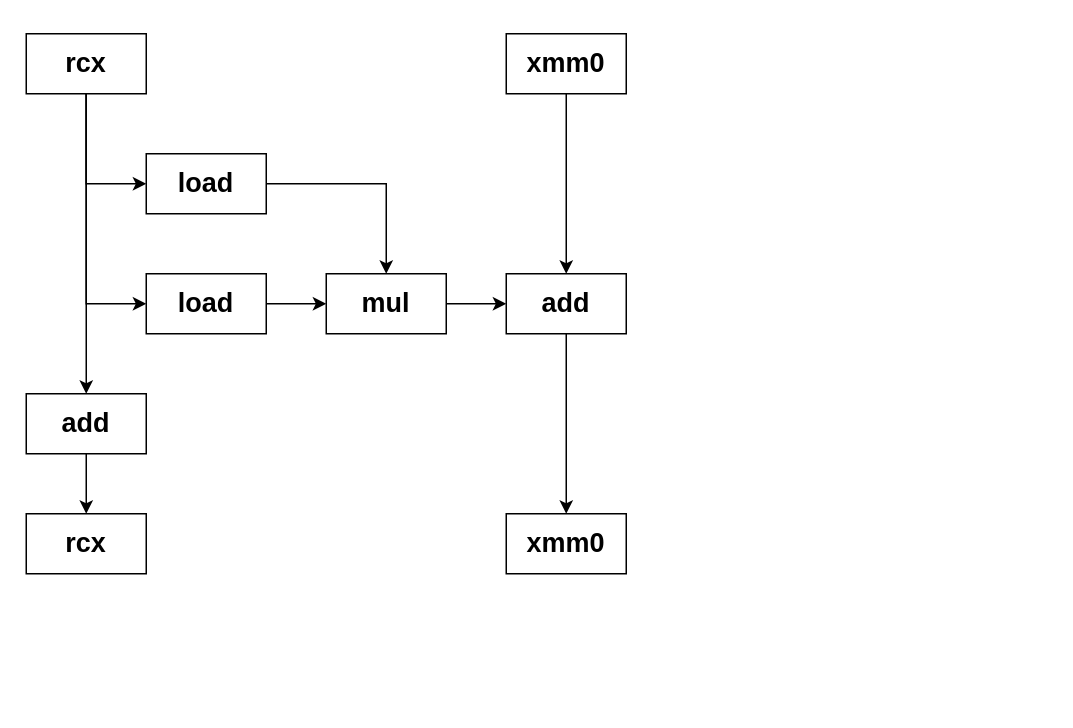
The draw.io diagram HW/HW3/img/513-A-2.drawio in betarixm/CSED211, before the edit. Source tidied: cells renumbered, new cells numbered last; positions are measured from the earlier drawing's top-left corner, leaving out a move shared by most shapes. Both pictures are drawn from the tidied source at 150%, with x=0, y=0 at pixel (26, 33).
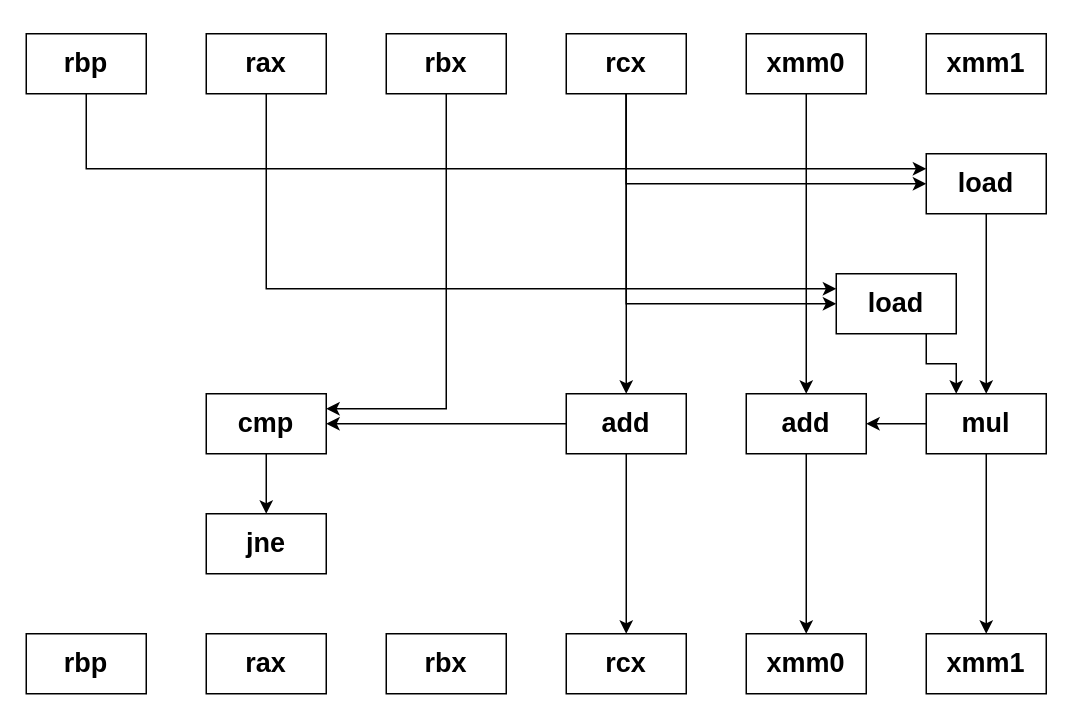
Above is the later version.

What changed in the source:
```diff
@@
-    <mxCell id="2" style="edgeStyle=orthogonalEdgeStyle;rounded=0;jettySize=auto;html=1;exitX=0.5;exitY=1;exitDx=0;exitDy=0;" parent="1" edge="1" source="5" target="7">
-      <mxGeometry relative="1" as="geometry" />
-    </mxCell>
-    <mxCell id="3" style="edgeStyle=orthogonalEdgeStyle;rounded=0;jettySize=auto;html=1;exitX=0.5;exitY=1;exitDx=0;exitDy=0;entryX=0;entryY=0.5;entryDx=0;entryDy=0;" parent="1" edge="1" source="5" target="9">
-      <mxGeometry relative="1" as="geometry" />
-    </mxCell>
+    <mxCell id="20" style="edgeStyle=orthogonalEdgeStyle;rounded=0;jettySize=auto;html=1;exitX=0.5;exitY=1;exitDx=0;exitDy=0;entryX=0;entryY=0.25;entryDx=0;entryDy=0;" parent="1" edge="1" source="5" target="38">
+      <mxGeometry relative="1" as="geometry" />
+    </mxCell>
+    <mxCell id="5" value="&lt;h2&gt;rbp&lt;/h2&gt;" style="rounded=0;whiteSpace=wrap;html=1;" parent="1" vertex="1">
+      <mxGeometry width="80" height="40" as="geometry" />
+    </mxCell>
-    <mxCell id="4" style="edgeStyle=orthogonalEdgeStyle;rounded=0;jettySize=auto;html=1;exitX=0.5;exitY=1;exitDx=0;exitDy=0;entryX=0;entryY=0.5;entryDx=0;entryDy=0;" parent="1" edge="1" source="5" target="11">
-      <mxGeometry relative="1" as="geometry" />
+    <mxCell id="4" value="&lt;h2&gt;rbp&lt;/h2&gt;" style="rounded=0;whiteSpace=wrap;html=1;" parent="1" vertex="1">
+      <mxGeometry y="400" width="80" height="40" as="geometry" />
     </mxCell>
-    <mxCell id="5" value="&lt;h2&gt;rcx&lt;/h2&gt;" style="rounded=0;whiteSpace=wrap;html=1;" parent="1" vertex="1">
-      <mxGeometry width="80" height="40" as="geometry" />
-    </mxCell>
-    <mxCell id="6" style="edgeStyle=orthogonalEdgeStyle;rounded=0;jettySize=auto;html=1;exitX=0.5;exitY=1;exitDx=0;exitDy=0;entryX=0.5;entryY=0;entryDx=0;entryDy=0;" parent="1" edge="1" source="7" target="18">
-      <mxGeometry relative="1" as="geometry" />
-    </mxCell>
-    <mxCell id="7" value="&lt;h2&gt;add&lt;/h2&gt;" style="rounded=0;whiteSpace=wrap;html=1;" parent="1" vertex="1">
-      <mxGeometry y="240" width="80" height="40" as="geometry" />
-    </mxCell>
-    <mxCell id="8" style="edgeStyle=orthogonalEdgeStyle;rounded=0;jettySize=auto;html=1;exitX=1;exitY=0.5;exitDx=0;exitDy=0;entryX=0.5;entryY=0;entryDx=0;entryDy=0;" parent="1" edge="1" source="9" target="13">
-      <mxGeometry relative="1" as="geometry" />
-    </mxCell>
-    <mxCell id="9" value="&lt;h2&gt;load&lt;/h2&gt;" style="rounded=0;whiteSpace=wrap;html=1;" parent="1" vertex="1">
-      <mxGeometry x="80" y="80" width="80" height="40" as="geometry" />
-    </mxCell>
-    <mxCell id="10" style="edgeStyle=orthogonalEdgeStyle;rounded=0;jettySize=auto;html=1;exitX=1;exitY=0.5;exitDx=0;exitDy=0;" parent="1" edge="1" source="11" target="13">
-      <mxGeometry relative="1" as="geometry" />
-    </mxCell>
-    <mxCell id="11" value="&lt;h2&gt;load&lt;/h2&gt;" style="rounded=0;whiteSpace=wrap;html=1;" parent="1" vertex="1">
-      <mxGeometry x="80" y="160" width="80" height="40" as="geometry" />
-    </mxCell>
-    <mxCell id="12" style="edgeStyle=orthogonalEdgeStyle;rounded=0;jettySize=auto;html=1;exitX=1;exitY=0.5;exitDx=0;exitDy=0;entryX=0;entryY=0.5;entryDx=0;entryDy=0;" parent="1" edge="1" source="13" target="15">
-      <mxGeometry relative="1" as="geometry" />
-    </mxCell>
+    <mxCell id="21" style="edgeStyle=orthogonalEdgeStyle;rounded=0;jettySize=auto;html=1;exitX=0.5;exitY=1;exitDx=0;exitDy=0;entryX=0;entryY=0.25;entryDx=0;entryDy=0;" parent="1" edge="1" source="22" target="44">
+      <mxGeometry relative="1" as="geometry" />
+    </mxCell>
+    <mxCell id="22" value="&lt;h2&gt;rax&lt;/h2&gt;" style="rounded=0;whiteSpace=wrap;html=1;" parent="1" vertex="1">
+      <mxGeometry x="120" width="80" height="40" as="geometry" />
+    </mxCell>
+    <mxCell id="23" value="&lt;h2&gt;rax&lt;/h2&gt;" style="rounded=0;whiteSpace=wrap;html=1;" parent="1" vertex="1">
+      <mxGeometry x="120" y="400" width="80" height="40" as="geometry" />
+    </mxCell>
+    <mxCell id="24" style="edgeStyle=orthogonalEdgeStyle;rounded=0;jettySize=auto;html=1;exitX=0.5;exitY=1;exitDx=0;exitDy=0;entryX=1;entryY=0.25;entryDx=0;entryDy=0;" parent="1" edge="1" source="25" target="49">
+      <mxGeometry relative="1" as="geometry" />
+    </mxCell>
+    <mxCell id="25" value="&lt;h2&gt;rbx&lt;/h2&gt;" style="rounded=0;whiteSpace=wrap;html=1;" parent="1" vertex="1">
+      <mxGeometry x="240" width="80" height="40" as="geometry" />
+    </mxCell>
+    <mxCell id="26" value="&lt;h2&gt;rbx&lt;/h2&gt;" style="rounded=0;whiteSpace=wrap;html=1;" parent="1" vertex="1">
+      <mxGeometry x="240" y="400" width="80" height="40" as="geometry" />
+    </mxCell>
+    <mxCell id="27" style="edgeStyle=orthogonalEdgeStyle;rounded=0;jettySize=auto;html=1;exitX=0.5;exitY=1;exitDx=0;exitDy=0;entryX=0;entryY=0.5;entryDx=0;entryDy=0;" parent="1" edge="1" source="30" target="38">
+      <mxGeometry relative="1" as="geometry" />
+    </mxCell>
+    <mxCell id="28" style="edgeStyle=orthogonalEdgeStyle;rounded=0;jettySize=auto;html=1;exitX=0.5;exitY=1;exitDx=0;exitDy=0;entryX=0;entryY=0.5;entryDx=0;entryDy=0;" parent="1" edge="1" source="30" target="44">
+      <mxGeometry relative="1" as="geometry" />
+    </mxCell>
+    <mxCell id="29" style="edgeStyle=orthogonalEdgeStyle;rounded=0;jettySize=auto;html=1;exitX=0.5;exitY=1;exitDx=0;exitDy=0;entryX=0.5;entryY=0;entryDx=0;entryDy=0;" parent="1" edge="1" source="30" target="47">
+      <mxGeometry relative="1" as="geometry" />
+    </mxCell>
+    <mxCell id="30" value="&lt;h2&gt;rcx&lt;/h2&gt;" style="rounded=0;whiteSpace=wrap;html=1;" parent="1" vertex="1">
+      <mxGeometry x="360" width="80" height="40" as="geometry" />
+    </mxCell>
+    <mxCell id="31" value="&lt;h2&gt;rcx&lt;/h2&gt;" style="rounded=0;whiteSpace=wrap;html=1;" parent="1" vertex="1">
+      <mxGeometry x="360" y="400" width="80" height="40" as="geometry" />
+    </mxCell>
+    <mxCell id="32" style="edgeStyle=orthogonalEdgeStyle;rounded=0;jettySize=auto;html=1;exitX=0.5;exitY=1;exitDx=0;exitDy=0;entryX=0.5;entryY=0;entryDx=0;entryDy=0;" parent="1" edge="1" source="33" target="42">
+      <mxGeometry relative="1" as="geometry" />
+    </mxCell>
+    <mxCell id="33" value="&lt;h2&gt;xmm0&lt;/h2&gt;" style="rounded=0;whiteSpace=wrap;html=1;" parent="1" vertex="1">
+      <mxGeometry x="480" width="80" height="40" as="geometry" />
+    </mxCell>
+    <mxCell id="34" value="&lt;h2&gt;xmm0&lt;/h2&gt;" style="rounded=0;whiteSpace=wrap;html=1;" parent="1" vertex="1">
+      <mxGeometry x="480" y="400" width="80" height="40" as="geometry" />
+    </mxCell>
+    <mxCell id="35" value="&lt;h2&gt;xmm1&lt;/h2&gt;" style="rounded=0;whiteSpace=wrap;html=1;" parent="1" vertex="1">
+      <mxGeometry x="600" width="80" height="40" as="geometry" />
+    </mxCell>
+    <mxCell id="36" value="&lt;h2&gt;xmm1&lt;/h2&gt;" style="rounded=0;whiteSpace=wrap;html=1;" parent="1" vertex="1">
+      <mxGeometry x="600" y="400" width="80" height="40" as="geometry" />
+    </mxCell>
+    <mxCell id="37" style="edgeStyle=orthogonalEdgeStyle;rounded=0;jettySize=auto;html=1;exitX=0.5;exitY=1;exitDx=0;exitDy=0;entryX=0.5;entryY=0;entryDx=0;entryDy=0;" parent="1" edge="1" source="38" target="13">
+      <mxGeometry relative="1" as="geometry" />
+    </mxCell>
+    <mxCell id="38" value="&lt;h2&gt;load&lt;/h2&gt;" style="rounded=0;whiteSpace=wrap;html=1;" parent="1" vertex="1">
+      <mxGeometry x="600" y="80" width="80" height="40" as="geometry" />
+    </mxCell>
+    <mxCell id="39" style="edgeStyle=orthogonalEdgeStyle;rounded=0;jettySize=auto;html=1;exitX=0.5;exitY=1;exitDx=0;exitDy=0;entryX=0.5;entryY=0;entryDx=0;entryDy=0;" parent="1" edge="1" source="13" target="36">
+      <mxGeometry relative="1" as="geometry" />
+    </mxCell>
+    <mxCell id="40" style="edgeStyle=orthogonalEdgeStyle;rounded=0;jettySize=auto;html=1;exitX=0;exitY=0.5;exitDx=0;exitDy=0;entryX=1;entryY=0.5;entryDx=0;entryDy=0;" parent="1" edge="1" source="13" target="42">
+      <mxGeometry relative="1" as="geometry" />
+    </mxCell>
     <mxCell id="13" value="&lt;h2&gt;mul&lt;/h2&gt;" style="rounded=0;whiteSpace=wrap;html=1;" parent="1" vertex="1">
-      <mxGeometry x="200" y="160" width="80" height="40" as="geometry" />
+      <mxGeometry x="600" y="240" width="80" height="40" as="geometry" />
     </mxCell>
-    <mxCell id="14" style="edgeStyle=orthogonalEdgeStyle;rounded=0;jettySize=auto;html=1;exitX=0.5;exitY=1;exitDx=0;exitDy=0;entryX=0.5;entryY=0;entryDx=0;entryDy=0;" parent="1" edge="1" source="15" target="19">
-      <mxGeometry relative="1" as="geometry" />
-    </mxCell>
-    <mxCell id="15" value="&lt;h2&gt;add&lt;/h2&gt;" style="rounded=0;whiteSpace=wrap;html=1;" parent="1" vertex="1">
-      <mxGeometry x="320" y="160" width="80" height="40" as="geometry" />
-    </mxCell>
-    <mxCell id="16" style="edgeStyle=orthogonalEdgeStyle;rounded=0;jettySize=auto;html=1;exitX=0.5;exitY=1;exitDx=0;exitDy=0;entryX=0.5;entryY=0;entryDx=0;entryDy=0;" parent="1" edge="1" source="17" target="15">
-      <mxGeometry relative="1" as="geometry" />
-    </mxCell>
-    <mxCell id="17" value="&lt;h2&gt;xmm0&lt;/h2&gt;" style="rounded=0;whiteSpace=wrap;html=1;" parent="1" vertex="1">
-      <mxGeometry x="320" width="80" height="40" as="geometry" />
-    </mxCell>
-    <mxCell id="18" value="&lt;h2&gt;rcx&lt;/h2&gt;" style="rounded=0;whiteSpace=wrap;html=1;" parent="1" vertex="1">
-      <mxGeometry y="320" width="80" height="40" as="geometry" />
-    </mxCell>
-    <mxCell id="19" value="&lt;h2&gt;xmm0&lt;/h2&gt;" style="rounded=0;whiteSpace=wrap;html=1;" parent="1" vertex="1">
-      <mxGeometry x="320" y="320" width="80" height="40" as="geometry" />
-    </mxCell>
+    <mxCell id="41" style="edgeStyle=orthogonalEdgeStyle;rounded=0;jettySize=auto;html=1;exitX=0.5;exitY=1;exitDx=0;exitDy=0;entryX=0.5;entryY=0;entryDx=0;entryDy=0;" parent="1" edge="1" source="42" target="34">
+      <mxGeometry relative="1" as="geometry" />
+    </mxCell>
+    <mxCell id="42" value="&lt;h2&gt;add&lt;/h2&gt;" style="rounded=0;whiteSpace=wrap;html=1;" parent="1" vertex="1">
+      <mxGeometry x="480" y="240" width="80" height="40" as="geometry" />
+    </mxCell>
+    <mxCell id="43" style="edgeStyle=orthogonalEdgeStyle;rounded=0;jettySize=auto;html=1;exitX=0.75;exitY=1;exitDx=0;exitDy=0;entryX=0.25;entryY=0;entryDx=0;entryDy=0;" parent="1" edge="1" source="44" target="13">
+      <mxGeometry relative="1" as="geometry" />
+    </mxCell>
+    <mxCell id="44" value="&lt;h2&gt;load&lt;/h2&gt;" style="rounded=0;whiteSpace=wrap;html=1;" parent="1" vertex="1">
+      <mxGeometry x="540" y="160" width="80" height="40" as="geometry" />
+    </mxCell>
+    <mxCell id="45" style="edgeStyle=orthogonalEdgeStyle;rounded=0;jettySize=auto;html=1;exitX=0.5;exitY=1;exitDx=0;exitDy=0;entryX=0.5;entryY=0;entryDx=0;entryDy=0;" parent="1" edge="1" source="47" target="31">
+      <mxGeometry relative="1" as="geometry" />
+    </mxCell>
+    <mxCell id="46" style="edgeStyle=orthogonalEdgeStyle;rounded=0;jettySize=auto;html=1;exitX=0;exitY=0.5;exitDx=0;exitDy=0;entryX=1;entryY=0.5;entryDx=0;entryDy=0;" parent="1" edge="1" source="47" target="49">
+      <mxGeometry relative="1" as="geometry" />
+    </mxCell>
+    <mxCell id="47" value="&lt;h2&gt;add&lt;/h2&gt;" style="rounded=0;whiteSpace=wrap;html=1;" parent="1" vertex="1">
+      <mxGeometry x="360" y="240" width="80" height="40" as="geometry" />
+    </mxCell>
+    <mxCell id="48" style="edgeStyle=orthogonalEdgeStyle;rounded=0;jettySize=auto;html=1;exitX=0.5;exitY=1;exitDx=0;exitDy=0;entryX=0.5;entryY=0;entryDx=0;entryDy=0;" parent="1" edge="1" source="49" target="50">
+      <mxGeometry relative="1" as="geometry" />
+    </mxCell>
+    <mxCell id="49" value="&lt;h2&gt;cmp&lt;/h2&gt;" style="rounded=0;whiteSpace=wrap;html=1;" parent="1" vertex="1">
+      <mxGeometry x="120" y="240" width="80" height="40" as="geometry" />
+    </mxCell>
+    <mxCell id="50" value="&lt;h2&gt;jne&lt;/h2&gt;" style="rounded=0;whiteSpace=wrap;html=1;" parent="1" vertex="1">
+      <mxGeometry x="120" y="320" width="80" height="40" as="geometry" />
+    </mxCell>
```
